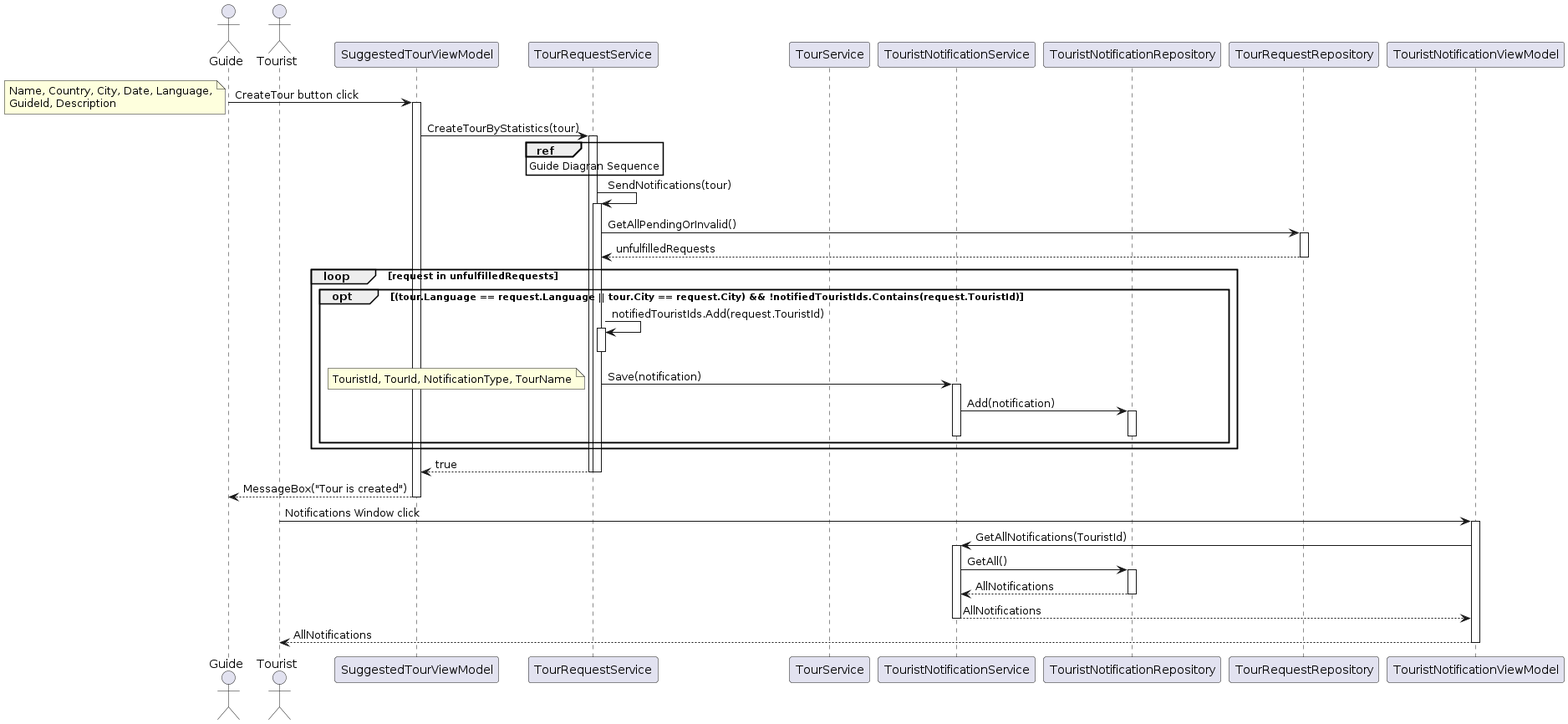
This is Diagrams/Sequence diagrams/Tourist/TourRequestSequenceDiagram.png from katarinap02/booking-application, a PlantUML export, as it was before one commit.
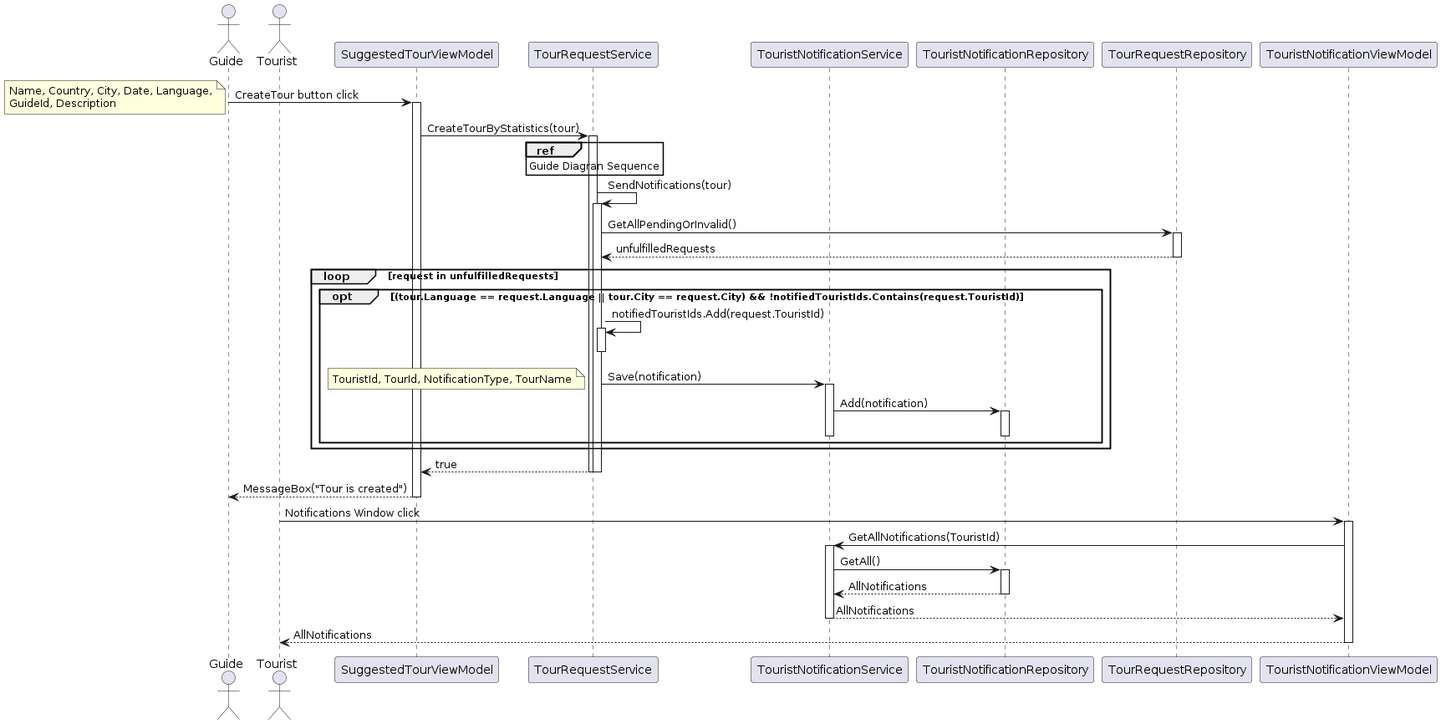
Above is the later version.

Commit message:
Updated diagrams for tourist

The edit, as a diff of the source:
```diff
@@ -3,7 +3,6 @@
 actor "Tourist" as T
 participant SuggestedTourViewModel as STVM
 participant TourRequestService as TRS
-participant TourService as TS
 participant TouristNotificationService as TNS
 participant TouristNotificationRepository as TNR
 participant TourRequestRepository as TRR
```
